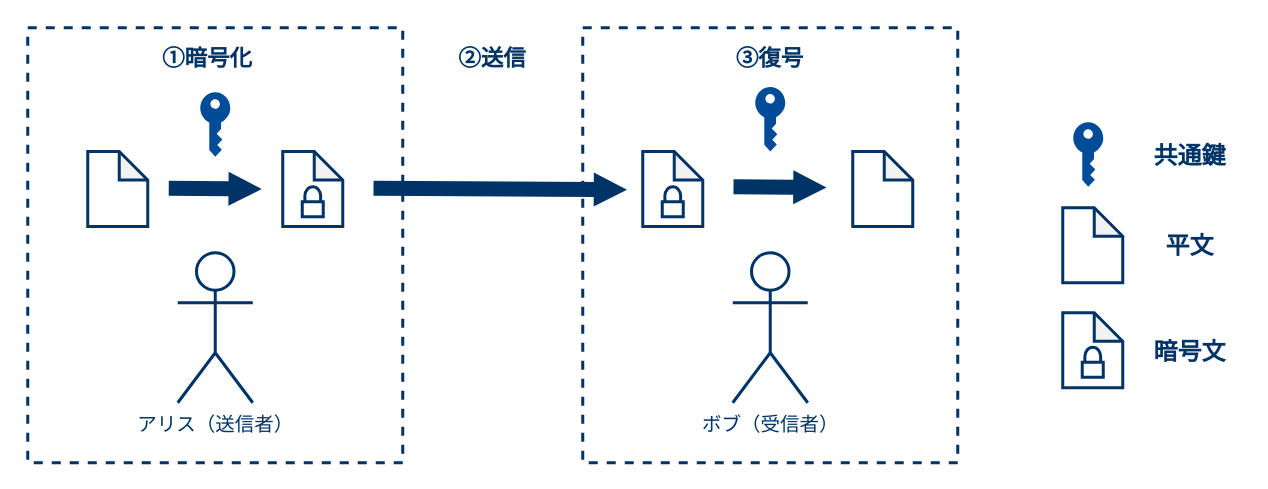
Before: img/2-comkey.dio in akakou-doc/pubkey-crypto, a draw.io diagram. Source tidied: cells renumbered, new cells numbered last; positions are measured from the earlier drawing's top-left corner, leaving out a move shared by most shapes. Both pictures are drawn from the tidied source at 150%, with x=0, y=0 at pixel (27, 27).
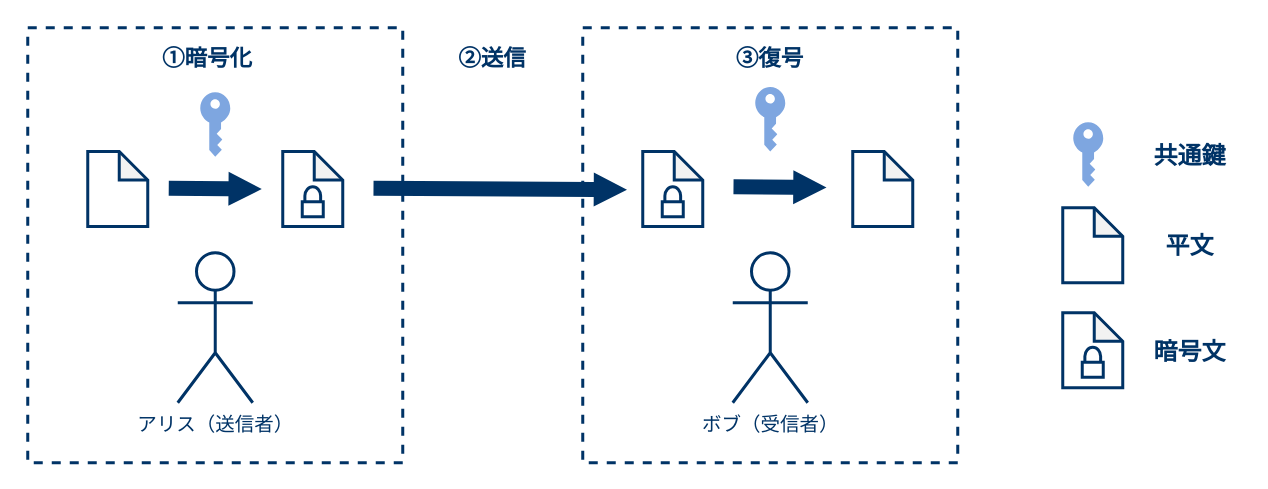
Above is the later version.

The edit, as a diff of the source:
```diff
@@
-    <mxCell id="8" style="shadow=0;dashed=0;html=1;strokeColor=none;labelPosition=center;verticalLabelPosition=bottom;verticalAlign=top;align=center;shape=mxgraph.office.security.key_permissions;fillColor=#004C99;" parent="1" vertex="1">
+    <mxCell id="8" style="shadow=0;dashed=0;html=1;strokeColor=none;labelPosition=center;verticalLabelPosition=bottom;verticalAlign=top;align=center;shape=mxgraph.office.security.key_permissions;fillColor=#7EA6E0;" parent="1" vertex="1">
       <mxGeometry x="115" y="43" width="20" height="43" as="geometry" />
     </mxCell>
-    <mxCell id="9" style="shadow=0;dashed=0;html=1;strokeColor=none;labelPosition=center;verticalLabelPosition=bottom;verticalAlign=top;align=center;shape=mxgraph.office.security.key_permissions;fillColor=#004C99;" parent="1" vertex="1">
+    <mxCell id="9" style="shadow=0;dashed=0;html=1;strokeColor=none;labelPosition=center;verticalLabelPosition=bottom;verticalAlign=top;align=center;shape=mxgraph.office.security.key_permissions;fillColor=#7EA6E0;" parent="1" vertex="1">
       <mxGeometry x="485" y="39.5" width="20" height="43" as="geometry" />
     </mxCell>
@@
-    <mxCell id="23" style="shadow=0;dashed=0;html=1;strokeColor=none;labelPosition=center;verticalLabelPosition=bottom;verticalAlign=top;align=center;shape=mxgraph.office.security.key_permissions;fillColor=#004C99;" parent="1" vertex="1">
+    <mxCell id="23" style="shadow=0;dashed=0;html=1;strokeColor=none;labelPosition=center;verticalLabelPosition=bottom;verticalAlign=top;align=center;shape=mxgraph.office.security.key_permissions;fillColor=#7EA6E0;" parent="1" vertex="1">
       <mxGeometry x="697" y="63" width="20" height="43" as="geometry" />
     </mxCell>
```
